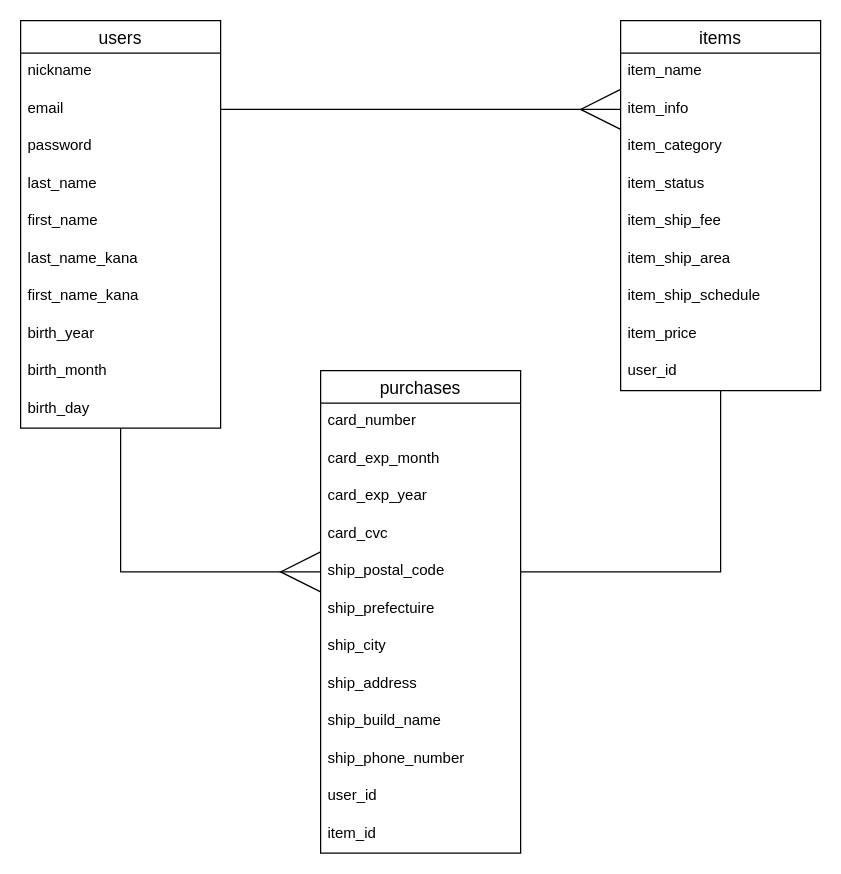
Above: er1.dio in StepLadder123/furima-36404 (draw.io), before the change. Source tidied: cells renumbered, new cells numbered last; positions are measured from the earlier drawing's top-left corner, leaving out a move shared by most shapes. Both pictures are drawn from the tidied source at 125%, with x=0, y=0 at pixel (20, 20).
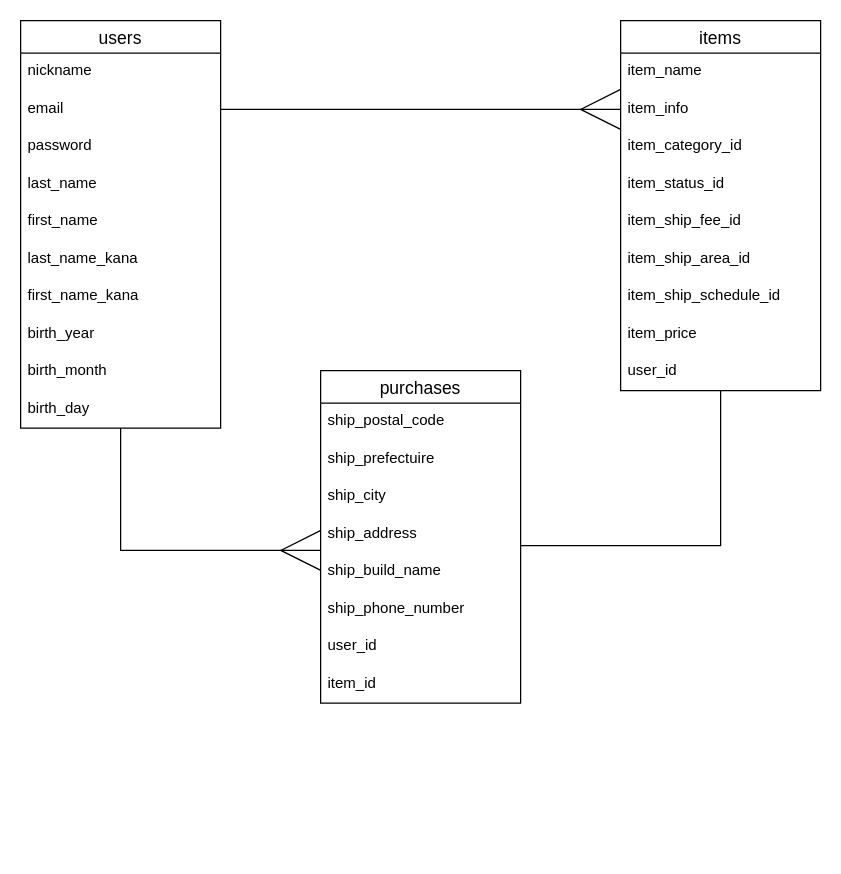
Above is the later version.

Commit message (it also covers changes not shown here):
データベース設計2

Unchanged cells that the change refers to:
```xml
<mxCell id="3" value="users" style="swimlane;fontStyle=0;horizontal=1;startSize=26;align=center;fontSize=14;" parent="1" vertex="1">
  <mxGeometry width="160" height="326" as="geometry" />
</mxCell>
<mxCell id="14" value="items" style="swimlane;fontStyle=0;horizontal=1;startSize=26;align=center;fontSize=14;" parent="1" vertex="1">
  <mxGeometry x="480" width="160" height="296" as="geometry" />
</mxCell>
```

What changed in the source:
```diff
@@
-    <mxCell id="2" style="edgeStyle=orthogonalEdgeStyle;rounded=0;jettySize=auto;html=1;endArrow=ERmany;endFill=0;endSize=30;" parent="1" edge="1" source="3" target="29">
+    <mxCell id="2" style="edgeStyle=orthogonalEdgeStyle;rounded=0;jettySize=auto;html=1;endArrow=ERmany;endFill=0;endSize=30;entryX=0.001;entryY=-0.073;entryDx=0;entryDy=0;entryPerimeter=0;" parent="1" edge="1" source="3" target="33">
       <mxGeometry relative="1" as="geometry" />
     </mxCell>
@@
-    <mxCell id="17" value="item_category" style="text;strokeColor=none;fillColor=none;spacingLeft=4;spacingRight=4;overflow=hidden;fontSize=12;" parent="14" vertex="1">
+    <mxCell id="17" value="item_category_id" style="text;strokeColor=none;fillColor=none;spacingLeft=4;spacingRight=4;overflow=hidden;fontSize=12;" parent="14" vertex="1">
       <mxGeometry y="86" width="160" height="30" as="geometry" />
     </mxCell>
-    <mxCell id="18" value="item_status" style="text;strokeColor=none;fillColor=none;spacingLeft=4;spacingRight=4;overflow=hidden;fontSize=12;" parent="14" vertex="1">
+    <mxCell id="18" value="item_status_id" style="text;strokeColor=none;fillColor=none;spacingLeft=4;spacingRight=4;overflow=hidden;fontSize=12;" parent="14" vertex="1">
       <mxGeometry y="116" width="160" height="30" as="geometry" />
     </mxCell>
-    <mxCell id="19" value="item_ship_fee" style="text;strokeColor=none;fillColor=none;spacingLeft=4;spacingRight=4;overflow=hidden;fontSize=12;" parent="14" vertex="1">
+    <mxCell id="19" value="item_ship_fee_id" style="text;strokeColor=none;fillColor=none;spacingLeft=4;spacingRight=4;overflow=hidden;fontSize=12;" parent="14" vertex="1">
       <mxGeometry y="146" width="160" height="30" as="geometry" />
     </mxCell>
-    <mxCell id="20" value="item_ship_area" style="text;strokeColor=none;fillColor=none;spacingLeft=4;spacingRight=4;overflow=hidden;fontSize=12;" parent="14" vertex="1">
+    <mxCell id="20" value="item_ship_area_id" style="text;strokeColor=none;fillColor=none;spacingLeft=4;spacingRight=4;overflow=hidden;fontSize=12;" parent="14" vertex="1">
       <mxGeometry y="176" width="160" height="30" as="geometry" />
     </mxCell>
-    <mxCell id="21" value="item_ship_schedule" style="text;strokeColor=none;fillColor=none;spacingLeft=4;spacingRight=4;overflow=hidden;fontSize=12;" parent="14" vertex="1">
+    <mxCell id="21" value="item_ship_schedule_id" style="text;strokeColor=none;fillColor=none;spacingLeft=4;spacingRight=4;overflow=hidden;fontSize=12;" parent="14" vertex="1">
       <mxGeometry y="206" width="160" height="30" as="geometry" />
     </mxCell>
@@
     <mxCell id="24" value="purchases" style="swimlane;fontStyle=0;horizontal=1;startSize=26;align=center;fontSize=14;" parent="1" vertex="1">
-      <mxGeometry x="240" y="280" width="160" height="386" as="geometry" />
+      <mxGeometry x="240" y="280" width="160" height="266" as="geometry" />
     </mxCell>
-    <mxCell id="25" value="card_number" style="text;strokeColor=none;fillColor=none;spacingLeft=4;spacingRight=4;overflow=hidden;fontSize=12;" parent="24" vertex="1">
-      <mxGeometry y="26" width="160" height="30" as="geometry" />
-    </mxCell>
-    <mxCell id="26" value="card_exp_month" style="text;strokeColor=none;fillColor=none;spacingLeft=4;spacingRight=4;overflow=hidden;fontSize=12;" parent="24" vertex="1">
-      <mxGeometry y="56" width="160" height="30" as="geometry" />
-    </mxCell>
-    <mxCell id="27" value="card_exp_year" style="text;strokeColor=none;fillColor=none;spacingLeft=4;spacingRight=4;overflow=hidden;fontSize=12;" parent="24" vertex="1">
-      <mxGeometry y="86" width="160" height="30" as="geometry" />
-    </mxCell>
-    <mxCell id="28" value="card_cvc" style="text;strokeColor=none;fillColor=none;spacingLeft=4;spacingRight=4;overflow=hidden;fontSize=12;" parent="24" vertex="1">
-      <mxGeometry y="116" width="160" height="30" as="geometry" />
-    </mxCell>
     <mxCell id="29" value="ship_postal_code" style="text;strokeColor=none;fillColor=none;spacingLeft=4;spacingRight=4;overflow=hidden;points=[[0,0.5],[1,0.5]];portConstraint=eastwest;fontSize=12;" parent="24" vertex="1">
-      <mxGeometry y="146" width="160" height="30" as="geometry" />
+      <mxGeometry y="26" width="160" height="30" as="geometry" />
     </mxCell>
     <mxCell id="30" value="ship_prefectuire" style="text;strokeColor=none;fillColor=none;spacingLeft=4;spacingRight=4;overflow=hidden;fontSize=12;" parent="24" vertex="1">
-      <mxGeometry y="176" width="160" height="30" as="geometry" />
+      <mxGeometry y="56" width="160" height="30" as="geometry" />
     </mxCell>
     <mxCell id="31" value="ship_city" style="text;strokeColor=none;fillColor=none;spacingLeft=4;spacingRight=4;overflow=hidden;fontSize=12;" parent="24" vertex="1">
-      <mxGeometry y="206" width="160" height="30" as="geometry" />
+      <mxGeometry y="86" width="160" height="30" as="geometry" />
     </mxCell>
     <mxCell id="32" value="ship_address" style="text;strokeColor=none;fillColor=none;spacingLeft=4;spacingRight=4;overflow=hidden;fontSize=12;" parent="24" vertex="1">
-      <mxGeometry y="236" width="160" height="30" as="geometry" />
+      <mxGeometry y="116" width="160" height="30" as="geometry" />
     </mxCell>
     <mxCell id="33" value="ship_build_name" style="text;strokeColor=none;fillColor=none;spacingLeft=4;spacingRight=4;overflow=hidden;points=[[0,0.5],[1,0.5]];portConstraint=eastwest;fontSize=12;" parent="24" vertex="1">
-      <mxGeometry y="266" width="160" height="30" as="geometry" />
+      <mxGeometry y="146" width="160" height="30" as="geometry" />
     </mxCell>
     <mxCell id="34" value="ship_phone_number" style="text;strokeColor=none;fillColor=none;spacingLeft=4;spacingRight=4;overflow=hidden;fontSize=12;" parent="24" vertex="1">
-      <mxGeometry y="296" width="160" height="30" as="geometry" />
+      <mxGeometry y="176" width="160" height="30" as="geometry" />
     </mxCell>
     <mxCell id="35" value="user_id" style="text;strokeColor=none;fillColor=none;spacingLeft=4;spacingRight=4;overflow=hidden;fontSize=12;" parent="24" vertex="1">
-      <mxGeometry y="326" width="160" height="30" as="geometry" />
+      <mxGeometry y="206" width="160" height="30" as="geometry" />
     </mxCell>
     <mxCell id="36" value="item_id" style="text;strokeColor=none;fillColor=none;spacingLeft=4;spacingRight=4;overflow=hidden;fontSize=12;" parent="24" vertex="1">
-      <mxGeometry y="356" width="160" height="30" as="geometry" />
+      <mxGeometry y="236" width="160" height="30" as="geometry" />
     </mxCell>
@@
-    <mxCell id="38" style="edgeStyle=orthogonalEdgeStyle;rounded=0;jettySize=auto;html=1;endArrow=none;endFill=0;entryX=1;entryY=0.5;entryDx=0;entryDy=0;endSize=30;" parent="1" edge="1" source="14" target="29">
-      <mxGeometry relative="1" as="geometry" />
+    <mxCell id="38" style="edgeStyle=orthogonalEdgeStyle;rounded=0;jettySize=auto;html=1;endArrow=none;endFill=0;endSize=30;" parent="1" edge="1" source="14">
+      <mxGeometry relative="1" as="geometry">
+        <mxPoint x="400" y="420" as="targetPoint" />
+        <Array as="points">
+          <mxPoint x="560" y="420" />
+          <mxPoint x="400" y="420" />
+        </Array>
+      </mxGeometry>
     </mxCell>
```
